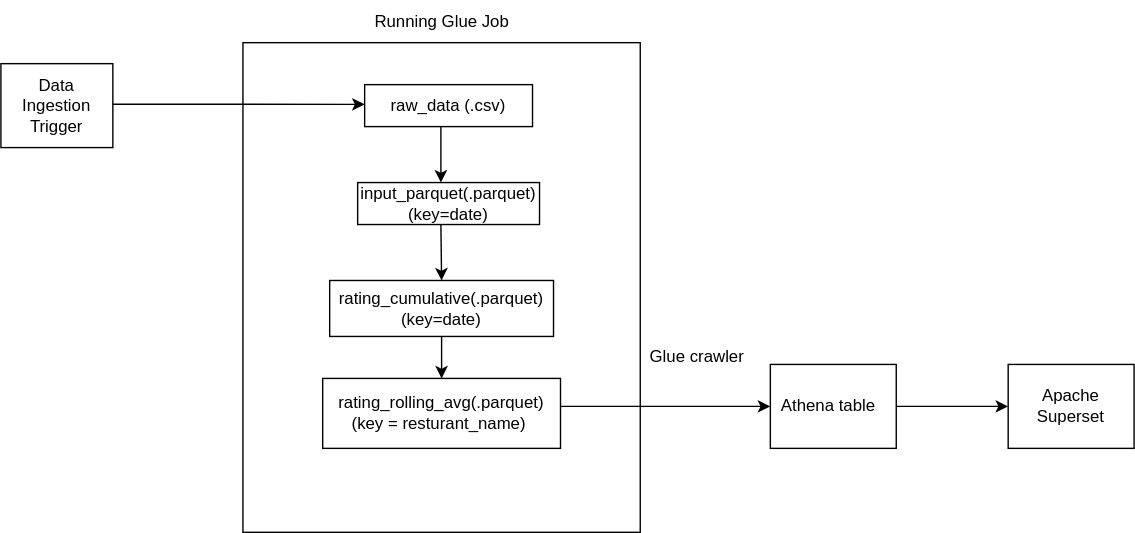
Above: images/Setup.svg in sonajojo7/EatFoodWise (draw.io), before the change. Source tidied: cells renumbered, new cells last; positions are measured from the earlier drawing's top-left corner, leaving out a move shared by most shapes.
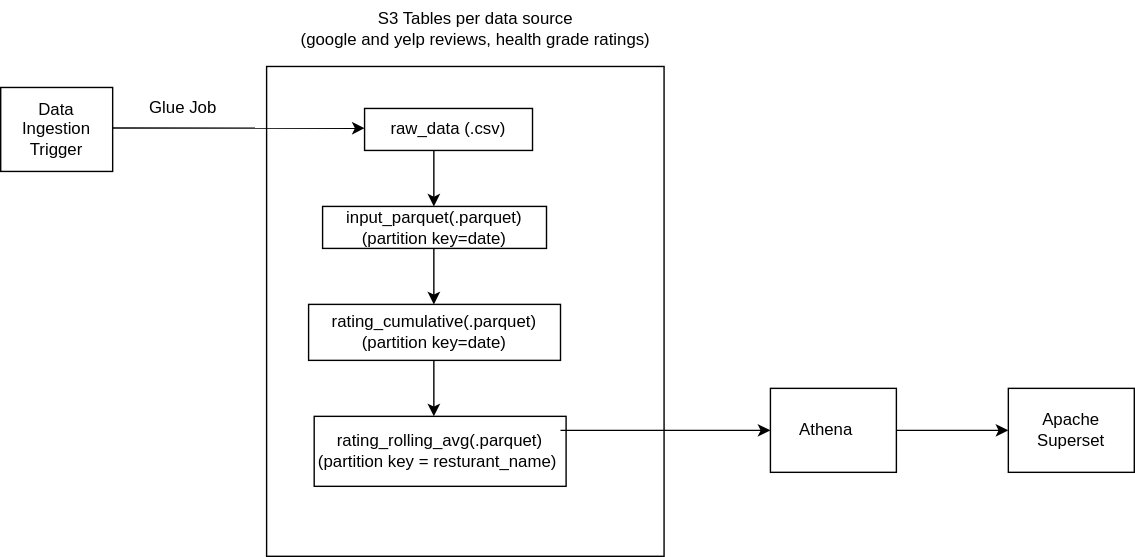
The same diagram one commit later.

Diff of the diagram source:
```diff
@@ -8,54 +8,40 @@
     <mxCell id="3" value="Data Ingestion Trigger" style="text;strokeColor=none;align=center;fillColor=none;html=1;verticalAlign=middle;whiteSpace=wrap;rounded=0;" parent="1" vertex="1">
       <mxGeometry x="10" y="60" width="60" height="30" as="geometry" />
     </mxCell>
-    <mxCell id="4" value="Glue crawler&amp;nbsp;" style="text;html=1;align=center;verticalAlign=middle;strokeColor=none;fillColor=none;" parent="1" vertex="1">
-      <mxGeometry x="454" y="240" width="90" height="30" as="geometry" />
+    <mxCell id="4" value="&amp;nbsp;" style="text;html=1;align=center;verticalAlign=middle;strokeColor=none;fillColor=none;" parent="1" vertex="1">
+      <mxGeometry x="484" y="240" width="30" height="30" as="geometry" />
     </mxCell>
     <mxCell id="5" value="Apache Superset" style="rounded=0;whiteSpace=wrap;html=1;" parent="1" vertex="1">
       <mxGeometry x="720" y="260" width="90" height="60" as="geometry" />
     </mxCell>
-    <mxCell id="6" value="Athena table&amp;nbsp;&amp;nbsp;" style="rounded=0;whiteSpace=wrap;html=1;" parent="1" vertex="1">
+    <mxCell id="6" value="Athena&amp;nbsp; &amp;nbsp;" style="rounded=0;whiteSpace=wrap;html=1;" parent="1" vertex="1">
       <mxGeometry x="550" y="260" width="90" height="60" as="geometry" />
     </mxCell>
     <mxCell id="7" style="endArrow=classic;html=1;rounded=0;entryX=0;entryY=0.5;entryDx=0;entryDy=0;exitX=1;exitY=0.5;exitDx=0;exitDy=0;" parent="1" edge="1" source="6" target="5">
       <mxGeometry relative="1" as="geometry" />
     </mxCell>
     <mxCell id="8" style="rounded=0;whiteSpace=wrap;html=1;direction=south;" parent="1" vertex="1">
-      <mxGeometry x="173" y="30" width="284" height="350" as="geometry" />
+      <mxGeometry x="190" y="30" width="284" height="350" as="geometry" />
     </mxCell>
     <mxCell id="9" value="raw_data (.csv)" style="rounded=0;whiteSpace=wrap;html=1;" parent="1" vertex="1">
       <mxGeometry x="260" y="60" width="120" height="30" as="geometry" />
     </mxCell>
-    <mxCell id="10" style="endArrow=classic;html=1;rounded=0;entryX=0.5;entryY=0;entryDx=0;entryDy=0;" parent="1" edge="1" target="16">
-      <mxGeometry relative="1" as="geometry">
-        <mxPoint x="314.5" y="160" as="sourcePoint" />
-      </mxGeometry>
-    </mxCell>
-    <mxCell id="11" style="endArrow=classic;html=1;rounded=0;entryX=0.5;entryY=0;entryDx=0;entryDy=0;" parent="1" edge="1" source="16" target="13">
-      <mxGeometry relative="1" as="geometry" />
-    </mxCell>
-    <mxCell id="12" value="input_parquet(.parquet)&lt;br&gt;(key=date)" style="rounded=0;whiteSpace=wrap;html=1;" parent="1" vertex="1">
-      <mxGeometry x="255" y="130" width="130" height="30" as="geometry" />
+    <mxCell id="12" value="input_parquet(.parquet)&lt;br&gt;(partition key=date)" style="rounded=0;whiteSpace=wrap;html=1;" parent="1" vertex="1">
+      <mxGeometry x="230" y="130" width="160" height="30" as="geometry" />
     </mxCell>
-    <mxCell id="13" value="rating_rolling_avg(.parquet)&lt;br&gt;(key = resturant_name)&amp;nbsp;" style="rounded=0;whiteSpace=wrap;html=1;" parent="1" vertex="1">
-      <mxGeometry x="230" y="270" width="170" height="50" as="geometry" />
+    <mxCell id="13" value="rating_rolling_avg(.parquet)&lt;br&gt;(partition key = resturant_name)&amp;nbsp;" style="rounded=0;whiteSpace=wrap;html=1;" parent="1" vertex="1">
+      <mxGeometry x="224" y="280" width="180" height="50" as="geometry" />
     </mxCell>
-    <mxCell id="14" style="endArrow=classic;html=1;rounded=0;" parent="1" edge="1">
-      <mxGeometry relative="1" as="geometry">
-        <mxPoint x="314.5" y="90" as="sourcePoint" />
-        <mxPoint x="314.5" y="130" as="targetPoint" />
-      </mxGeometry>
-    </mxCell>
     <mxCell id="15" style="endArrow=classic;html=1;rounded=0;entryX=0.5;entryY=0;entryDx=0;entryDy=0;" parent="1" edge="1" target="16">
       <mxGeometry relative="1" as="geometry">
         <mxPoint x="314.5" y="220" as="sourcePoint" />
       </mxGeometry>
     </mxCell>
-    <mxCell id="16" value="rating_cumulative(.parquet)&lt;br&gt;(key=date)" style="rounded=0;whiteSpace=wrap;html=1;" parent="1" vertex="1">
-      <mxGeometry x="235" y="200" width="160" height="40" as="geometry" />
+    <mxCell id="16" value="rating_cumulative(.parquet)&lt;br&gt;(partition key=date)" style="rounded=0;whiteSpace=wrap;html=1;" parent="1" vertex="1">
+      <mxGeometry x="220" y="200" width="180" height="40" as="geometry" />
     </mxCell>
-    <mxCell id="17" value="Running Glue Job" style="text;html=1;align=center;verticalAlign=middle;strokeColor=none;fillColor=none;" parent="1" vertex="1">
-      <mxGeometry x="255" width="120" height="30" as="geometry" />
+    <mxCell id="17" value="Glue Job" style="text;html=1;align=center;verticalAlign=middle;strokeColor=none;fillColor=none;" parent="1" vertex="1">
+      <mxGeometry x="95" y="45" width="70" height="30" as="geometry" />
     </mxCell>
     <mxCell id="18" style="endArrow=classic;html=1;rounded=0;entryX=0.126;entryY=0.683;entryDx=0;entryDy=0;entryPerimeter=0;" parent="1" edge="1">
       <mxGeometry relative="1" as="geometry">
@@ -68,5 +54,26 @@
         <mxPoint x="400" y="290" as="sourcePoint" />
       </mxGeometry>
     </mxCell>
+    <mxCell id="20" style="endArrow=classic;html=1;rounded=0;" parent="1" edge="1">
+      <mxGeometry relative="1" as="geometry">
+        <mxPoint x="309.5" y="160" as="sourcePoint" />
+        <mxPoint x="309.5" y="200" as="targetPoint" />
+      </mxGeometry>
+    </mxCell>
+    <mxCell id="21" style="endArrow=classic;html=1;rounded=0;" parent="1" edge="1">
+      <mxGeometry relative="1" as="geometry">
+        <mxPoint x="309.5" y="240" as="sourcePoint" />
+        <mxPoint x="309.5" y="280" as="targetPoint" />
+      </mxGeometry>
+    </mxCell>
+    <mxCell id="22" style="endArrow=classic;html=1;rounded=0;" parent="1" edge="1">
+      <mxGeometry relative="1" as="geometry">
+        <mxPoint x="309.5" y="90" as="sourcePoint" />
+        <mxPoint x="309.5" y="130" as="targetPoint" />
+      </mxGeometry>
+    </mxCell>
+    <mxCell id="23" value="S3 Tables per data source&lt;br&gt;(google and yelp reviews, health grade ratings)" style="text;html=1;align=center;verticalAlign=middle;strokeColor=none;fillColor=none;" parent="1" vertex="1">
+      <mxGeometry x="204" y="-17" width="270" height="40" as="geometry" />
+    </mxCell>
   </root>
 </mxGraphModel>
```
